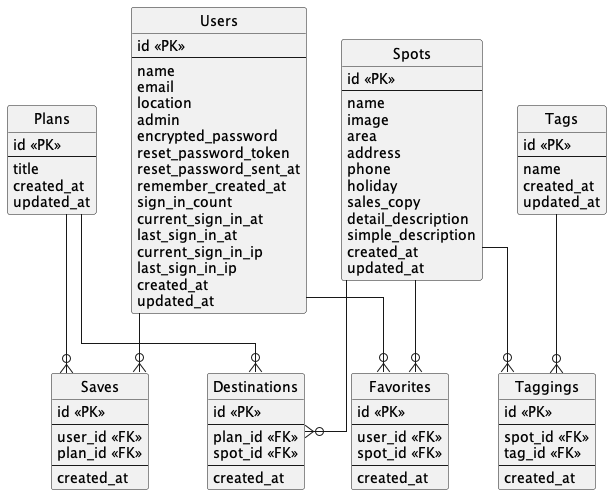
The PlantUML diagram docs/er_diagram.png in taknshno/chokkura, before a commit.
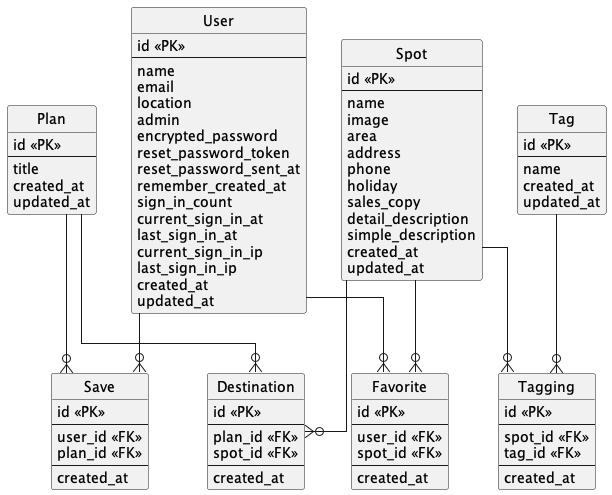
After the change.

Commit message:
[修正]ER図のテーブル名を単数形にした

What changed in the source:
```diff
@@ -3,7 +3,7 @@
 
 skinparam linetype ortho
 
-entity "Users" as users {
+entity "User" as users {
   id <<PK>>
   --
   name
@@ -23,7 +23,7 @@
   updated_at
 }
 
-entity "Spots" as spots {
+entity "Spot" as spots {
   id <<PK>>
   --
   name
@@ -39,7 +39,7 @@
   updated_at
 }
 
-entity "Tags" as tags {
+entity "Tag" as tags {
   id <<PK>>
   --
   name
@@ -47,7 +47,7 @@
   updated_at
 }
 
-entity "Plans" as plans {
+entity "Plan" as plans {
   id <<PK>>
   --
   title
@@ -55,7 +55,7 @@
   updated_at
 }
 
-entity "Destinations" as destinations {
+entity "Destination" as destinations {
   id <<PK>>
   --
   plan_id <<FK>>
@@ -64,7 +64,7 @@
   created_at
 }
 
-entity "Saves" as saves {
+entity "Save" as saves {
   id <<PK>>
   --
   user_id <<FK>>
@@ -73,7 +73,7 @@
   created_at
 }
 
-entity "Favorites" as favorites {
+entity "Favorite" as favorites {
   id <<PK>>
   --
   user_id <<FK>>
@@ -82,7 +82,7 @@
   created_at
 }
 
-entity "Taggings" as taggings {
+entity "Tagging" as taggings {
   id <<PK>>
   --
   spot_id <<FK>>
```
